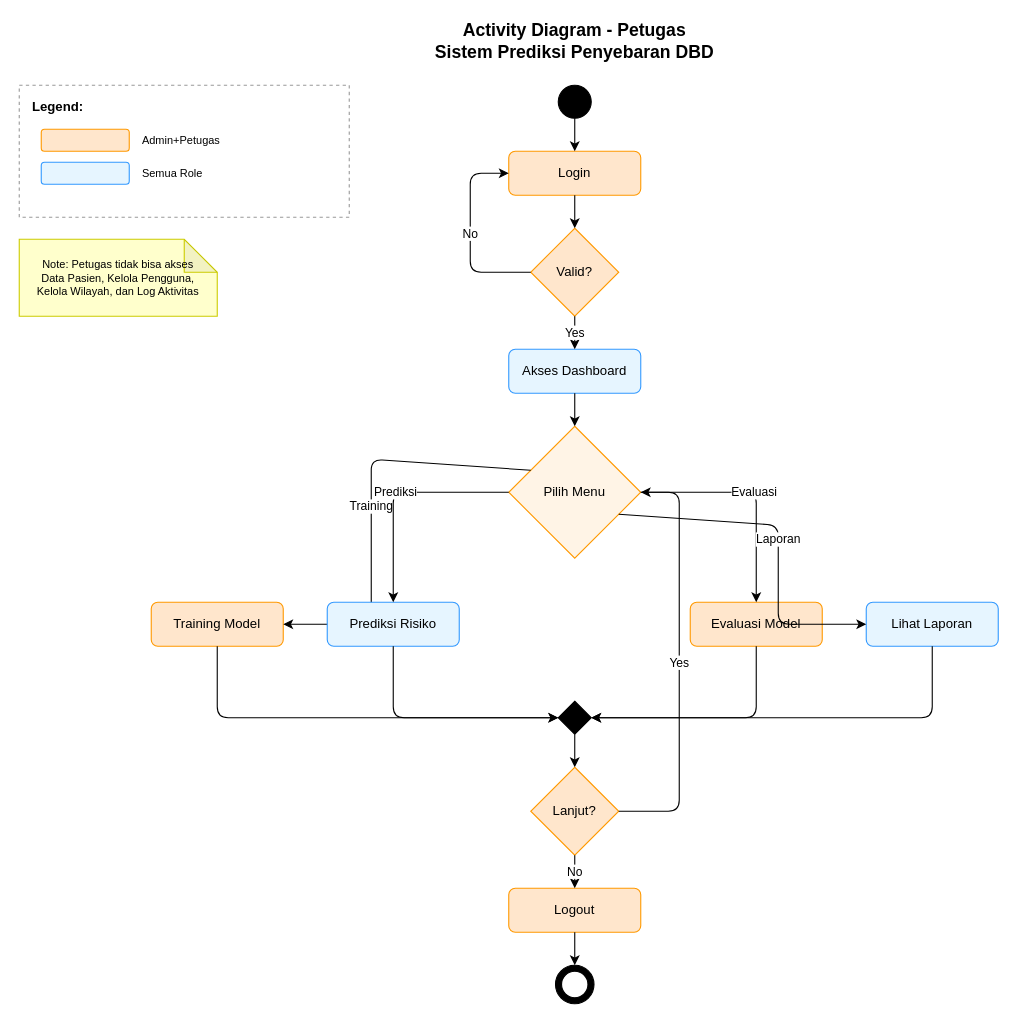
Above: Dokumen/UML/activity_diagram_petugas.drawio in Suwardi87/prediksi-DBD (draw.io), before the change. Source tidied: cells renumbered, new cells numbered last; positions are measured from the earlier drawing's top-left corner, leaving out a move shared by most shapes. Both pictures are drawn from the tidied source at 110%, with x=0, y=0 at pixel (19, 19).
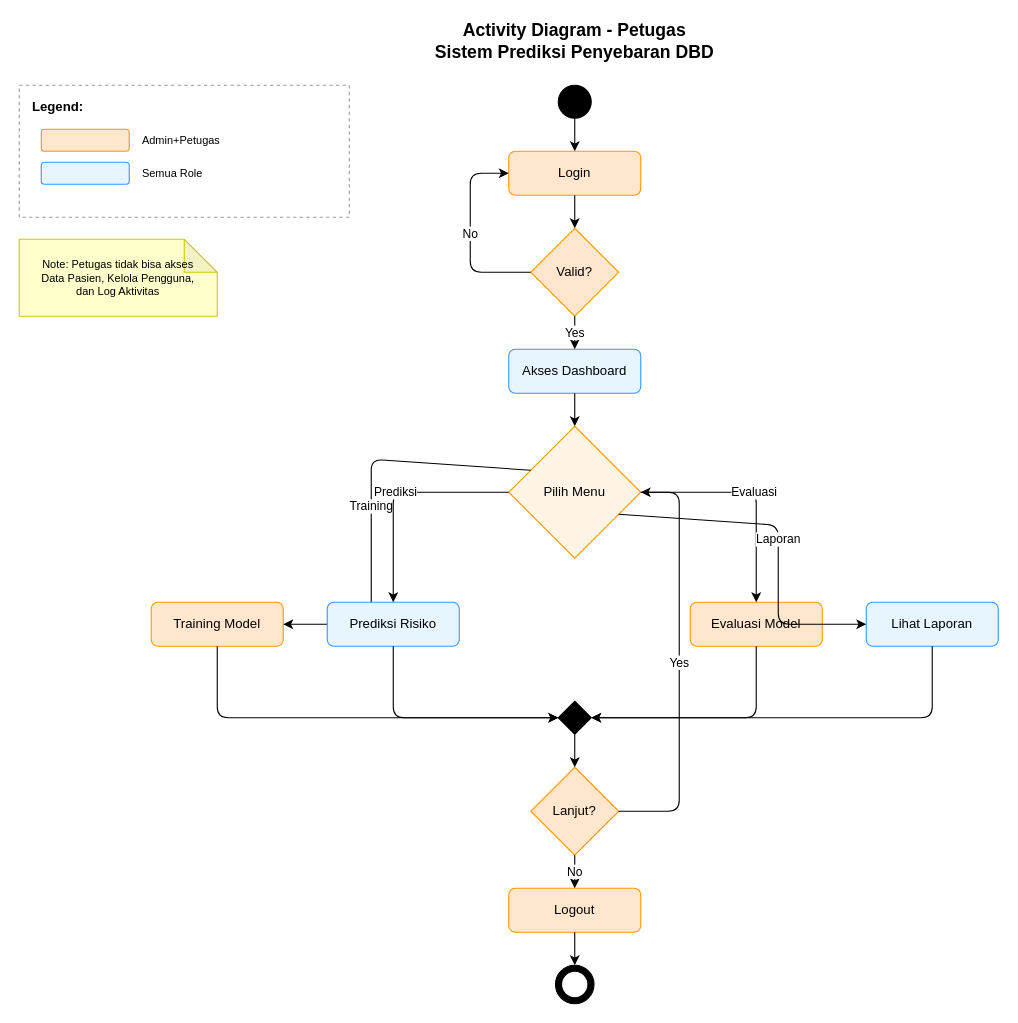
The same diagram, later.

What changed in the source:
```diff
@@
-    <mxCell id="40" value="Note: Petugas tidak bisa akses&#10;Data Pasien, Kelola Pengguna,&#10;Kelola Wilayah, dan Log Aktivitas" style="shape=note;whiteSpace=wrap;html=1;backgroundOutline=1;darkOpacity=0.05;fillColor=#FFFFCC;strokeColor=#CCCC00;fontSize=10;" parent="1" vertex="1">
+    <mxCell id="40" value="Note: Petugas tidak bisa akses&#10;Data Pasien, Kelola Pengguna,&#10;dan Log Aktivitas" style="shape=note;whiteSpace=wrap;html=1;backgroundOutline=1;darkOpacity=0.05;fillColor=#FFFFCC;strokeColor=#CCCC00;fontSize=10;" parent="1" vertex="1">
       <mxGeometry y="200" width="180" height="70" as="geometry" />
     </mxCell>
```
